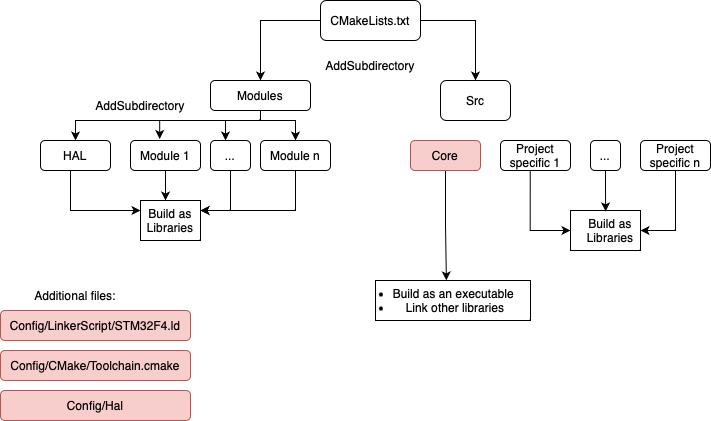
Earlier version of the draw.io export docs/CMake/CMake.png (Denitronics/EmbeddedFromScratch). Source tidied: cells renumbered, new cells last; positions are measured from the earlier drawing's top-left corner, leaving out a move shared by most shapes. Its diagram source:
```xml
<mxGraphModel>
  <root>
    <mxCell id="0" />
    <mxCell id="1" parent="0" />
    <mxCell id="2" style="rounded=0;whiteSpace=wrap;html=1;" parent="1" vertex="1">
      <mxGeometry x="140" y="200" width="60" height="40" as="geometry" />
    </mxCell>
    <mxCell id="3" style="rounded=0;whiteSpace=wrap;html=1;" parent="1" vertex="1">
      <mxGeometry x="570" y="210" width="70" height="40" as="geometry" />
    </mxCell>
    <mxCell id="4" style="rounded=0;whiteSpace=wrap;html=1;" parent="1" vertex="1">
      <mxGeometry x="375" y="280" width="155" height="40" as="geometry" />
    </mxCell>
    <mxCell id="5" style="edgeStyle=orthogonalEdgeStyle;rounded=0;jettySize=auto;html=1;entryX=0.5;entryY=0;entryDx=0;entryDy=0;" parent="1" edge="1" source="7" target="12">
      <mxGeometry relative="1" as="geometry" />
    </mxCell>
    <mxCell id="6" style="edgeStyle=orthogonalEdgeStyle;rounded=0;jettySize=auto;html=1;entryX=0.5;entryY=0;entryDx=0;entryDy=0;" parent="1" edge="1" source="7" target="13">
      <mxGeometry relative="1" as="geometry" />
    </mxCell>
    <mxCell id="7" value="CMakeLists.txt" style="rounded=1;whiteSpace=wrap;html=1;" parent="1" vertex="1">
      <mxGeometry x="320" width="100" height="40" as="geometry" />
    </mxCell>
    <mxCell id="8" style="edgeStyle=orthogonalEdgeStyle;rounded=0;jettySize=auto;html=1;" parent="1" edge="1" source="12" target="20">
      <mxGeometry relative="1" as="geometry">
        <Array as="points">
          <mxPoint x="260" y="120" />
          <mxPoint x="295" y="120" />
        </Array>
      </mxGeometry>
    </mxCell>
    <mxCell id="9" style="edgeStyle=orthogonalEdgeStyle;rounded=0;jettySize=auto;html=1;entryX=0.417;entryY=-0.051;entryDx=0;entryDy=0;entryPerimeter=0;" parent="1" edge="1" source="12" target="16">
      <mxGeometry relative="1" as="geometry">
        <Array as="points">
          <mxPoint x="260" y="120" />
          <mxPoint x="159" y="120" />
        </Array>
      </mxGeometry>
    </mxCell>
    <mxCell id="10" style="edgeStyle=orthogonalEdgeStyle;rounded=0;jettySize=auto;html=1;" parent="1" edge="1" source="12" target="18">
      <mxGeometry relative="1" as="geometry">
        <Array as="points">
          <mxPoint x="260" y="120" />
          <mxPoint x="75" y="120" />
        </Array>
      </mxGeometry>
    </mxCell>
    <mxCell id="11" style="edgeStyle=orthogonalEdgeStyle;rounded=0;jettySize=auto;html=1;" parent="1" edge="1" source="12" target="22">
      <mxGeometry relative="1" as="geometry">
        <Array as="points">
          <mxPoint x="260" y="120" />
          <mxPoint x="225" y="120" />
        </Array>
      </mxGeometry>
    </mxCell>
    <mxCell id="12" value="Modules" style="rounded=1;whiteSpace=wrap;html=1;" parent="1" vertex="1">
      <mxGeometry x="210" y="80" width="100" height="30" as="geometry" />
    </mxCell>
    <mxCell id="13" value="Src" style="rounded=1;whiteSpace=wrap;html=1;" parent="1" vertex="1">
      <mxGeometry x="440" y="80" width="70" height="40" as="geometry" />
    </mxCell>
    <mxCell id="14" value="AddSubdirectory" style="text;html=1;strokeColor=none;fillColor=none;align=center;verticalAlign=middle;whiteSpace=wrap;rounded=0;" parent="1" vertex="1">
      <mxGeometry x="340" y="50" width="60" height="30" as="geometry" />
    </mxCell>
    <mxCell id="15" style="edgeStyle=orthogonalEdgeStyle;rounded=0;jettySize=auto;html=1;" parent="1" edge="1" source="16" target="32">
      <mxGeometry relative="1" as="geometry">
        <Array as="points">
          <mxPoint x="165" y="200" />
          <mxPoint x="165" y="200" />
        </Array>
      </mxGeometry>
    </mxCell>
    <mxCell id="16" value="Module 1" style="rounded=1;whiteSpace=wrap;html=1;" parent="1" vertex="1">
      <mxGeometry x="130" y="140" width="70" height="30" as="geometry" />
    </mxCell>
    <mxCell id="17" style="edgeStyle=orthogonalEdgeStyle;rounded=0;jettySize=auto;html=1;entryX=0;entryY=0.25;entryDx=0;entryDy=0;" parent="1" edge="1" source="18" target="32">
      <mxGeometry relative="1" as="geometry">
        <Array as="points">
          <mxPoint x="70" y="210" />
        </Array>
      </mxGeometry>
    </mxCell>
    <mxCell id="18" value="HAL" style="rounded=1;whiteSpace=wrap;html=1;" parent="1" vertex="1">
      <mxGeometry x="40" y="140" width="70" height="30" as="geometry" />
    </mxCell>
    <mxCell id="19" style="edgeStyle=orthogonalEdgeStyle;rounded=0;jettySize=auto;html=1;" parent="1" edge="1" source="20" target="32">
      <mxGeometry relative="1" as="geometry">
        <Array as="points">
          <mxPoint x="295" y="210" />
        </Array>
      </mxGeometry>
    </mxCell>
    <mxCell id="20" value="Module n" style="rounded=1;whiteSpace=wrap;html=1;" parent="1" vertex="1">
      <mxGeometry x="260" y="140" width="70" height="30" as="geometry" />
    </mxCell>
    <mxCell id="21" style="edgeStyle=orthogonalEdgeStyle;rounded=0;jettySize=auto;html=1;entryX=1;entryY=0.25;entryDx=0;entryDy=0;" parent="1" edge="1" source="22" target="32">
      <mxGeometry relative="1" as="geometry">
        <Array as="points">
          <mxPoint x="230" y="210" />
        </Array>
      </mxGeometry>
    </mxCell>
    <mxCell id="22" value="..." style="rounded=1;whiteSpace=wrap;html=1;" parent="1" vertex="1">
      <mxGeometry x="210" y="140" width="40" height="30" as="geometry" />
    </mxCell>
    <mxCell id="23" value="AddSubdirectory" style="text;html=1;strokeColor=none;fillColor=none;align=center;verticalAlign=middle;whiteSpace=wrap;rounded=0;" parent="1" vertex="1">
      <mxGeometry x="110" y="90" width="60" height="30" as="geometry" />
    </mxCell>
    <mxCell id="24" style="edgeStyle=orthogonalEdgeStyle;rounded=0;jettySize=auto;html=1;entryX=0.564;entryY=-0.003;entryDx=0;entryDy=0;entryPerimeter=0;" parent="1" edge="1" source="25" target="34">
      <mxGeometry relative="1" as="geometry" />
    </mxCell>
    <mxCell id="25" value="Core" style="rounded=1;whiteSpace=wrap;html=1;fillColor=#f8cecc;strokeColor=#b85450;" parent="1" vertex="1">
      <mxGeometry x="410" y="140" width="70" height="30" as="geometry" />
    </mxCell>
    <mxCell id="26" style="edgeStyle=orthogonalEdgeStyle;rounded=0;jettySize=auto;html=1;entryX=0;entryY=0.5;entryDx=0;entryDy=0;" parent="1" edge="1" target="3">
      <mxGeometry relative="1" as="geometry">
        <mxPoint x="529.7" y="170" as="sourcePoint" />
        <Array as="points">
          <mxPoint x="530" y="230" />
        </Array>
      </mxGeometry>
    </mxCell>
    <mxCell id="27" value="Project specific 1" style="rounded=1;whiteSpace=wrap;html=1;" parent="1" vertex="1">
      <mxGeometry x="500" y="140" width="70" height="30" as="geometry" />
    </mxCell>
    <mxCell id="28" style="edgeStyle=orthogonalEdgeStyle;rounded=0;jettySize=auto;html=1;entryX=1;entryY=0.5;entryDx=0;entryDy=0;" parent="1" edge="1" source="29" target="33">
      <mxGeometry relative="1" as="geometry">
        <Array as="points">
          <mxPoint x="675" y="230" />
        </Array>
      </mxGeometry>
    </mxCell>
    <mxCell id="29" value="Project specific n" style="rounded=1;whiteSpace=wrap;html=1;" parent="1" vertex="1">
      <mxGeometry x="640" y="140" width="70" height="30" as="geometry" />
    </mxCell>
    <mxCell id="30" style="edgeStyle=orthogonalEdgeStyle;rounded=0;jettySize=auto;html=1;entryX=0.419;entryY=0.022;entryDx=0;entryDy=0;entryPerimeter=0;" parent="1" edge="1" source="31" target="33">
      <mxGeometry relative="1" as="geometry" />
    </mxCell>
    <mxCell id="31" value="..." style="rounded=1;whiteSpace=wrap;html=1;" parent="1" vertex="1">
      <mxGeometry x="590" y="140" width="30" height="30" as="geometry" />
    </mxCell>
    <mxCell id="32" value="Build as Libraries" style="text;html=1;strokeColor=none;fillColor=none;align=center;verticalAlign=middle;whiteSpace=wrap;rounded=0;" parent="1" vertex="1">
      <mxGeometry x="140" y="200" width="60" height="40" as="geometry" />
    </mxCell>
    <mxCell id="33" value="Build as Libraries" style="text;html=1;strokeColor=none;fillColor=none;align=center;verticalAlign=middle;whiteSpace=wrap;rounded=0;" parent="1" vertex="1">
      <mxGeometry x="580" y="210" width="60" height="40" as="geometry" />
    </mxCell>
    <mxCell id="34" value="&lt;ul&gt;&lt;li&gt;Build as an executable&amp;nbsp;&lt;/li&gt;&lt;li&gt;Link other libraries&lt;/li&gt;&lt;/ul&gt;" style="text;html=1;strokeColor=none;fillColor=none;align=center;verticalAlign=middle;whiteSpace=wrap;rounded=0;" parent="1" vertex="1">
      <mxGeometry x="350" y="280" width="170" height="40" as="geometry" />
    </mxCell>
    <mxCell id="35" value="Config/CMake/Toolchain.cmake" style="rounded=1;whiteSpace=wrap;html=1;fillColor=#f8cecc;strokeColor=#b85450;" parent="1" vertex="1">
      <mxGeometry y="350" width="190" height="30" as="geometry" />
    </mxCell>
    <mxCell id="36" value="Config/LinkerScript/STM32F4.ld" style="rounded=1;whiteSpace=wrap;html=1;fillColor=#f8cecc;strokeColor=#b85450;" parent="1" vertex="1">
      <mxGeometry y="310" width="190" height="30" as="geometry" />
    </mxCell>
    <mxCell id="37" value="Additional files:" style="text;html=1;strokeColor=none;fillColor=none;align=center;verticalAlign=middle;whiteSpace=wrap;rounded=0;" parent="1" vertex="1">
      <mxGeometry x="20" y="280" width="110" height="30" as="geometry" />
    </mxCell>
    <mxCell id="38" value="Config/Hal" style="rounded=1;whiteSpace=wrap;html=1;fillColor=#f8cecc;strokeColor=#b85450;" parent="1" vertex="1">
      <mxGeometry y="390" width="190" height="30" as="geometry" />
    </mxCell>
  </root>
</mxGraphModel>
```
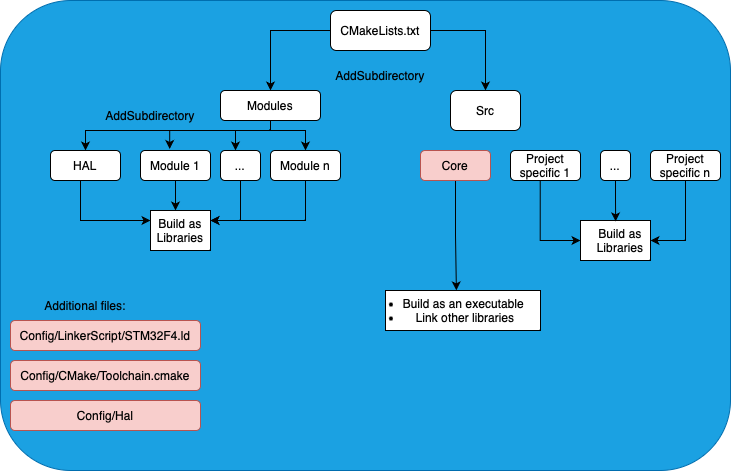
Later version of the same file.

Commit message:
Change CMake diagram

What changed in the source:
```diff
@@ -2,6 +2,9 @@
   <root>
     <mxCell id="0" />
     <mxCell id="1" parent="0" />
+    <mxCell id="39" style="rounded=1;whiteSpace=wrap;html=1;fillColor=#1ba1e2;strokeColor=#006EAF;fontColor=#ffffff;" parent="1" vertex="1">
+      <mxGeometry x="-10" y="-10" width="730" height="470" as="geometry" />
+    </mxCell>
     <mxCell id="2" style="rounded=0;whiteSpace=wrap;html=1;" parent="1" vertex="1">
       <mxGeometry x="140" y="200" width="60" height="40" as="geometry" />
     </mxCell>
```
